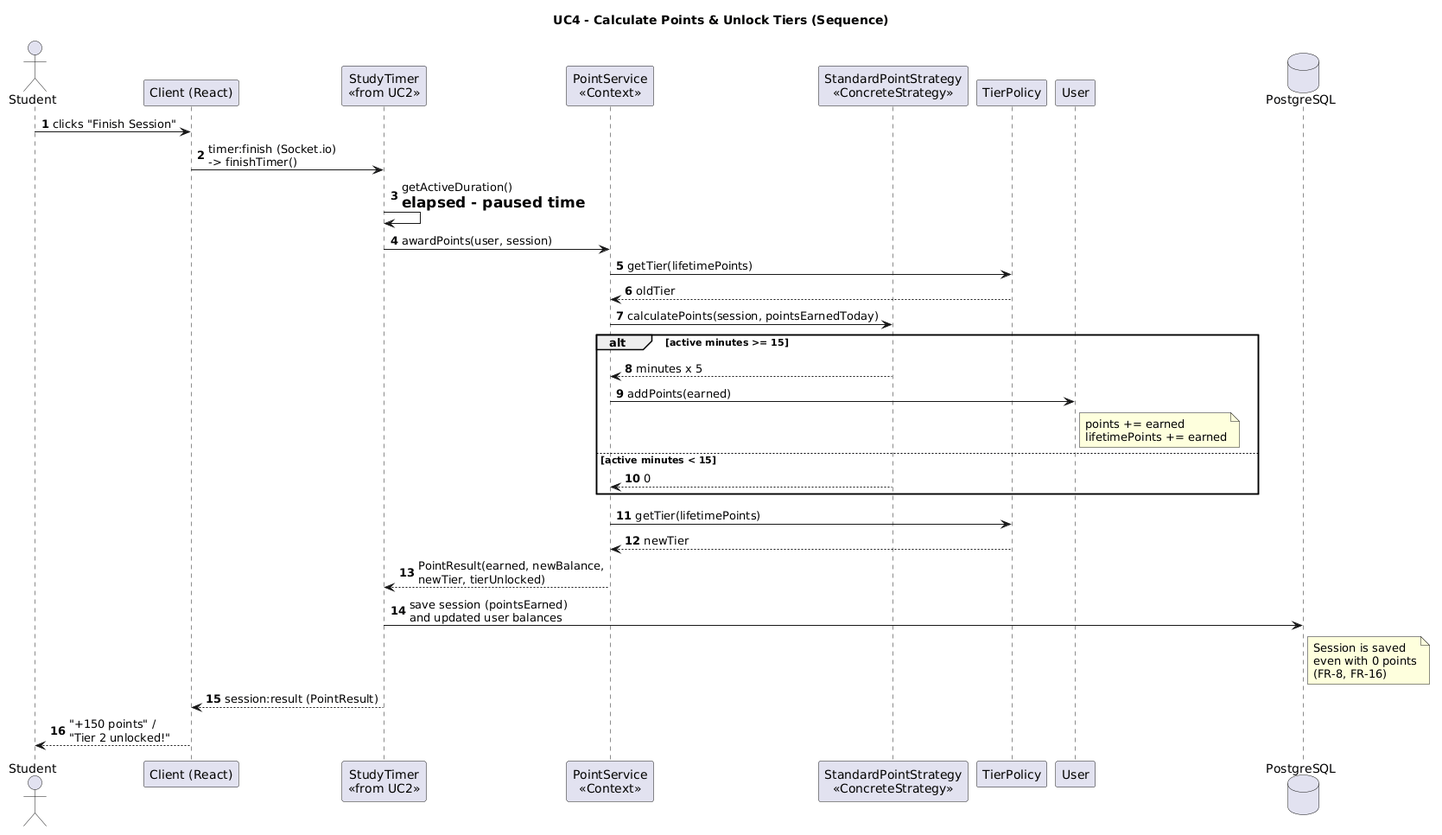
The PlantUML diagram docs/images/uc4_sequence.png in delfin-kutukcu/BIL481-2026-Project, before a commit.
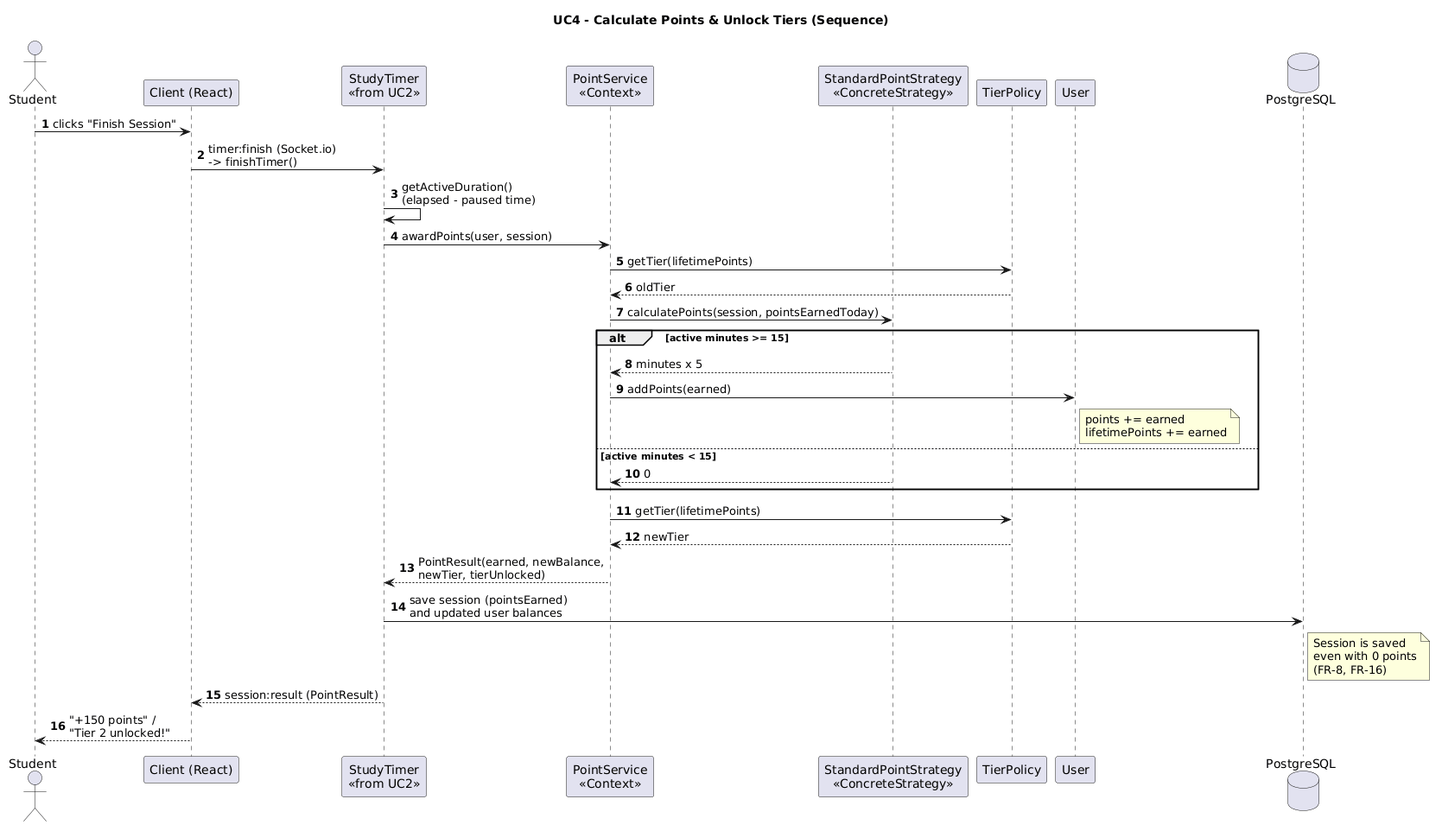
Later version of the same file.

Commit message:
docs(design): fix label formatting in UC4 sequence diagram

Diff of the diagram source:
```diff
@@ -13,7 +13,7 @@
 
 Student -> Client : clicks "Finish Session"
 Client -> Timer : timer:finish (Socket.io)\n-> finishTimer()
-Timer -> Timer : getActiveDuration()\n= elapsed - paused time
+Timer -> Timer : getActiveDuration()\n(elapsed - paused time)
 Timer -> PS : awardPoints(user, session)
 PS -> TP : getTier(lifetimePoints)
 TP --> PS : oldTier
```
